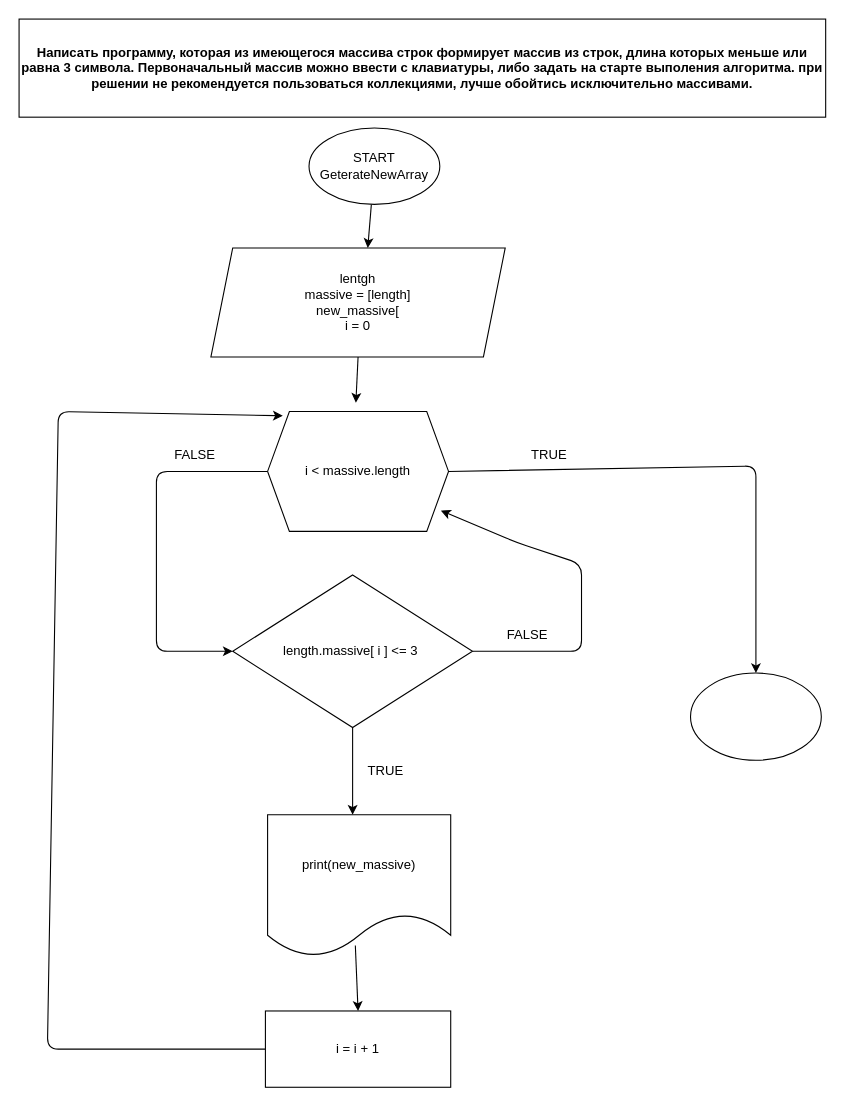
Before: exam.drawio in leru0411/examination-07.08.2022, a draw.io diagram. Source tidied: cells renumbered, new cells numbered last; positions are measured from the earlier drawing's top-left corner, leaving out a move shared by most shapes. Both pictures are drawn from the tidied source at 109%, with x=0, y=0 at pixel (19, 19).
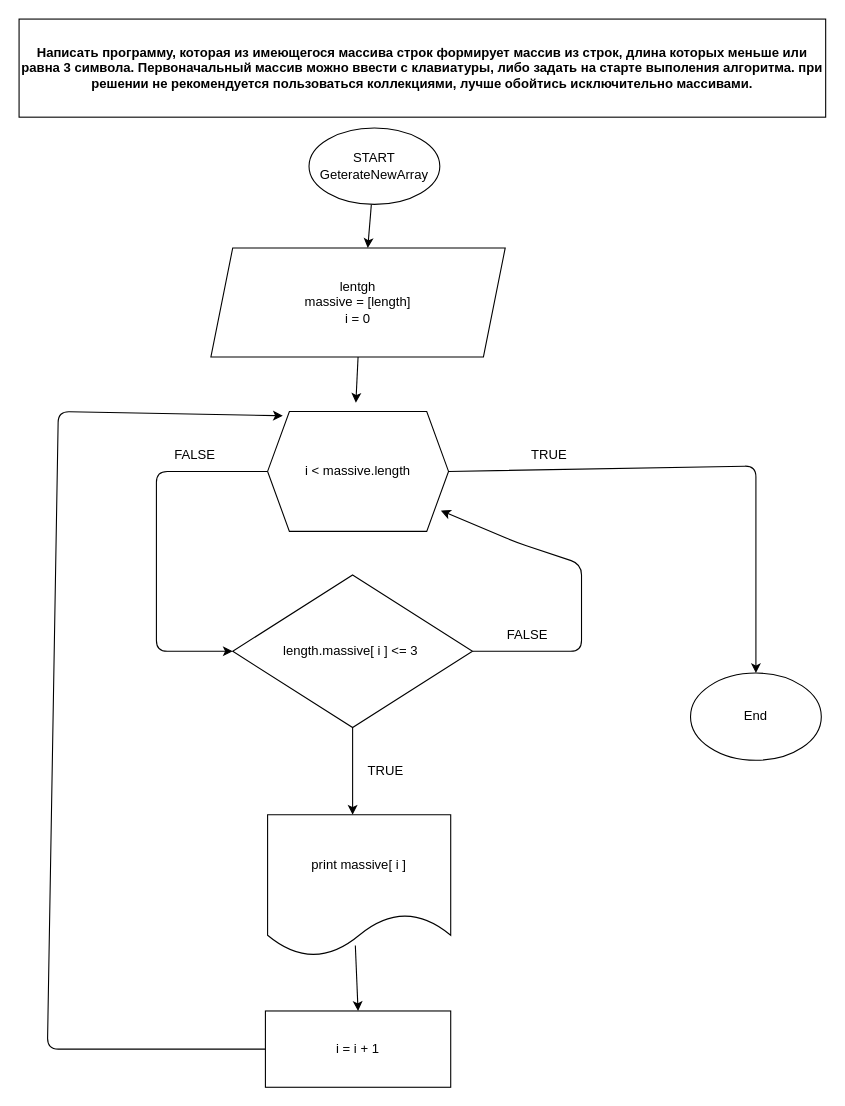
The same page after the edit.

Commit message:
corrected diagram 2

Diff of the diagram source:
```diff
@@
-    <mxCell id="6" value="lentgh&lt;br&gt;massive = [length]&lt;br&gt;new_massive[&lt;br&gt;i = 0" style="shape=parallelogram;perimeter=parallelogramPerimeter;whiteSpace=wrap;html=1;fixedSize=1;" parent="1" vertex="1">
+    <mxCell id="6" value="lentgh&lt;br&gt;massive = [length]&lt;br&gt;i = 0" style="shape=parallelogram;perimeter=parallelogramPerimeter;whiteSpace=wrap;html=1;fixedSize=1;" parent="1" vertex="1">
       <mxGeometry x="176" y="210" width="270" height="100" as="geometry" />
     </mxCell>
@@
-    <mxCell id="15" value="print(new_massive)" style="shape=document;whiteSpace=wrap;html=1;boundedLbl=1;" parent="1" vertex="1">
+    <mxCell id="15" value="print massive[ i ]" style="shape=document;whiteSpace=wrap;html=1;boundedLbl=1;" parent="1" vertex="1">
       <mxGeometry x="228" y="730" width="168" height="130" as="geometry" />
     </mxCell>
@@
-    <mxCell id="21" style="ellipse;whiteSpace=wrap;html=1;" parent="1" vertex="1">
+    <mxCell id="21" value="End" style="ellipse;whiteSpace=wrap;html=1;" parent="1" vertex="1">
       <mxGeometry x="616" y="600" width="120" height="80" as="geometry" />
     </mxCell>
```
